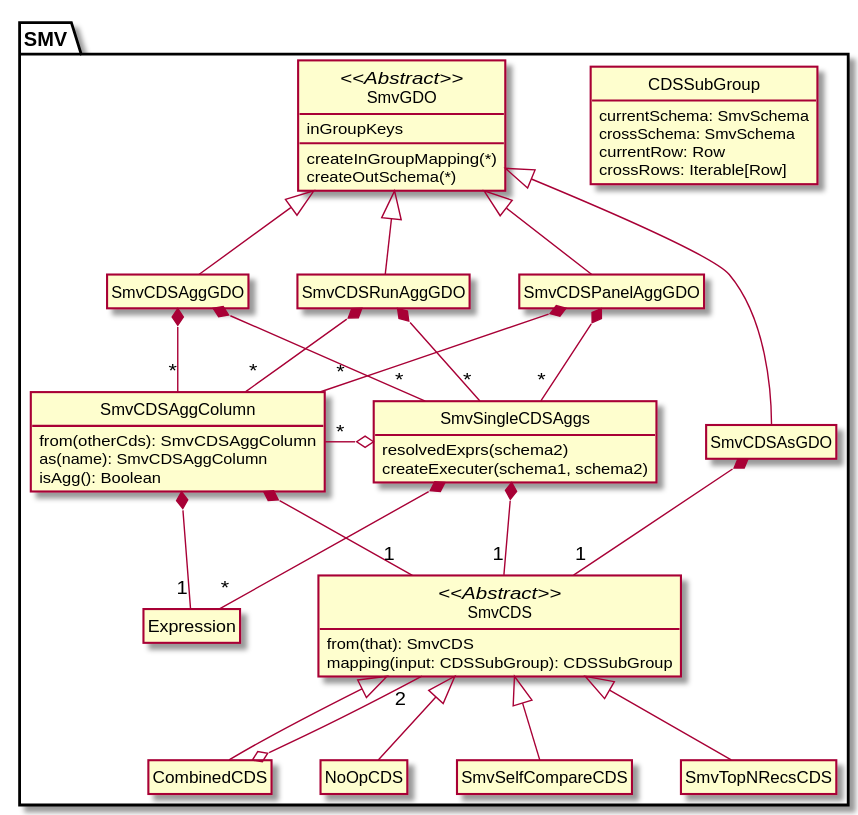
Before: docs/design/smvCDS.svg, a diagram exported from PlantUML (TresAmigosSD/SMV). Its source is kept beside it as docs/design/smvCDS.puml.
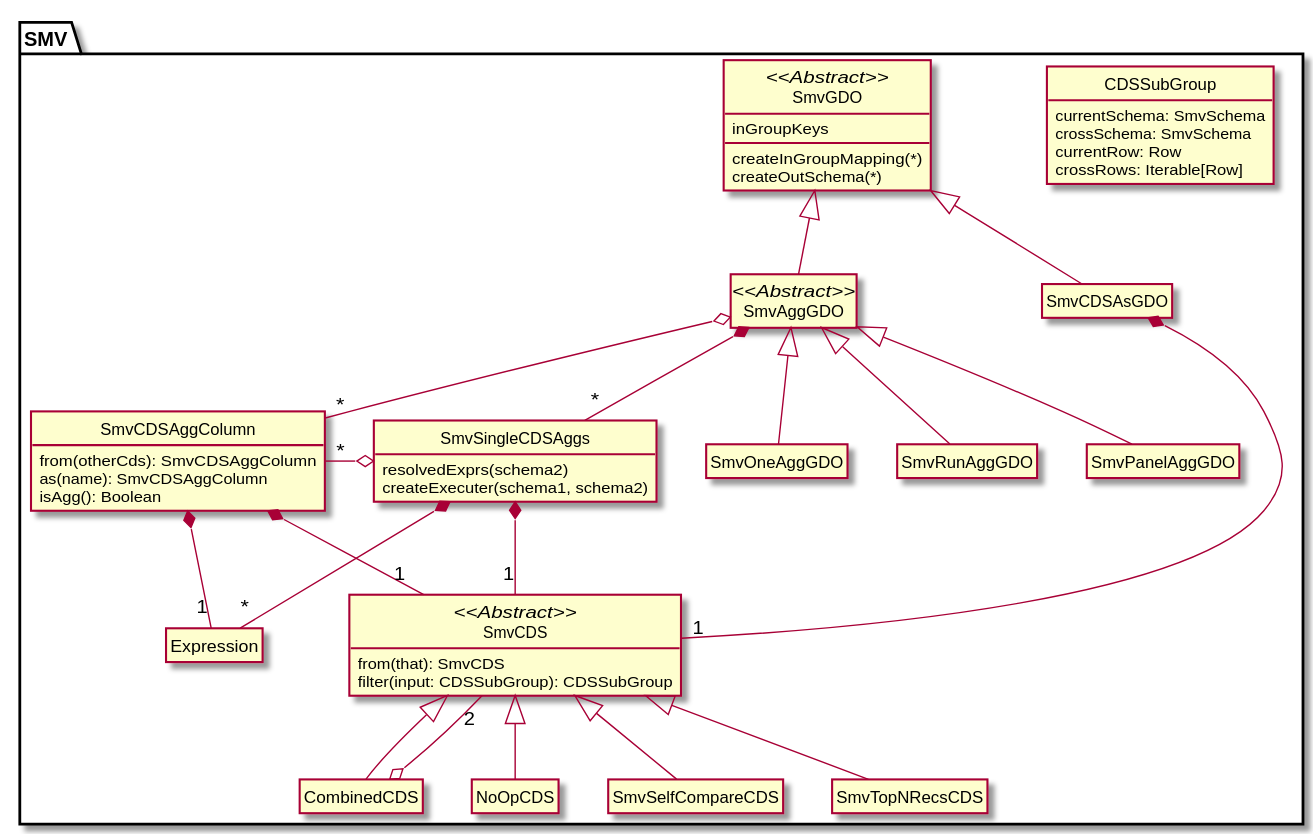
The same file after the commit.

What changed in the source:
```diff
@@ -15,7 +15,7 @@
 
   class SmvCDS <<Abstract>> {
     from(that): SmvCDS
-    mapping(input: CDSSubGroup): CDSSubGroup
+    filter(input: CDSSubGroup): CDSSubGroup
   }
 
   class CombinedCDS extends SmvCDS
@@ -50,17 +50,15 @@
     createOutSchema(*)
   }
 
-  class SmvCDSAggGDO extends SmvGDO
-  SmvCDSAggGDO *-- "*" SmvCDSAggColumn
-  SmvCDSAggGDO *-- "*" SmvSingleCDSAggs
+  class SmvAggGDO <<Abstract>> extends SmvGDO {
+  }
 
-  class SmvCDSRunAggGDO extends SmvGDO
-  SmvCDSRunAggGDO *-- "*" SmvCDSAggColumn
-  SmvCDSRunAggGDO *-- "*" SmvSingleCDSAggs
+  SmvAggGDO o-- "*" SmvCDSAggColumn
+  SmvAggGDO *-- "*" SmvSingleCDSAggs
 
-  class SmvCDSPanelAggGDO extends SmvGDO
-  SmvCDSPanelAggGDO *-- "*" SmvCDSAggColumn
-  SmvCDSPanelAggGDO *-- "*" SmvSingleCDSAggs
+  class SmvOneAggGDO extends SmvAggGDO
+  class SmvRunAggGDO extends SmvAggGDO
+  class SmvPanelAggGDO extends SmvAggGDO
 
   class SmvCDSAsGDO extends SmvGDO
 
```
